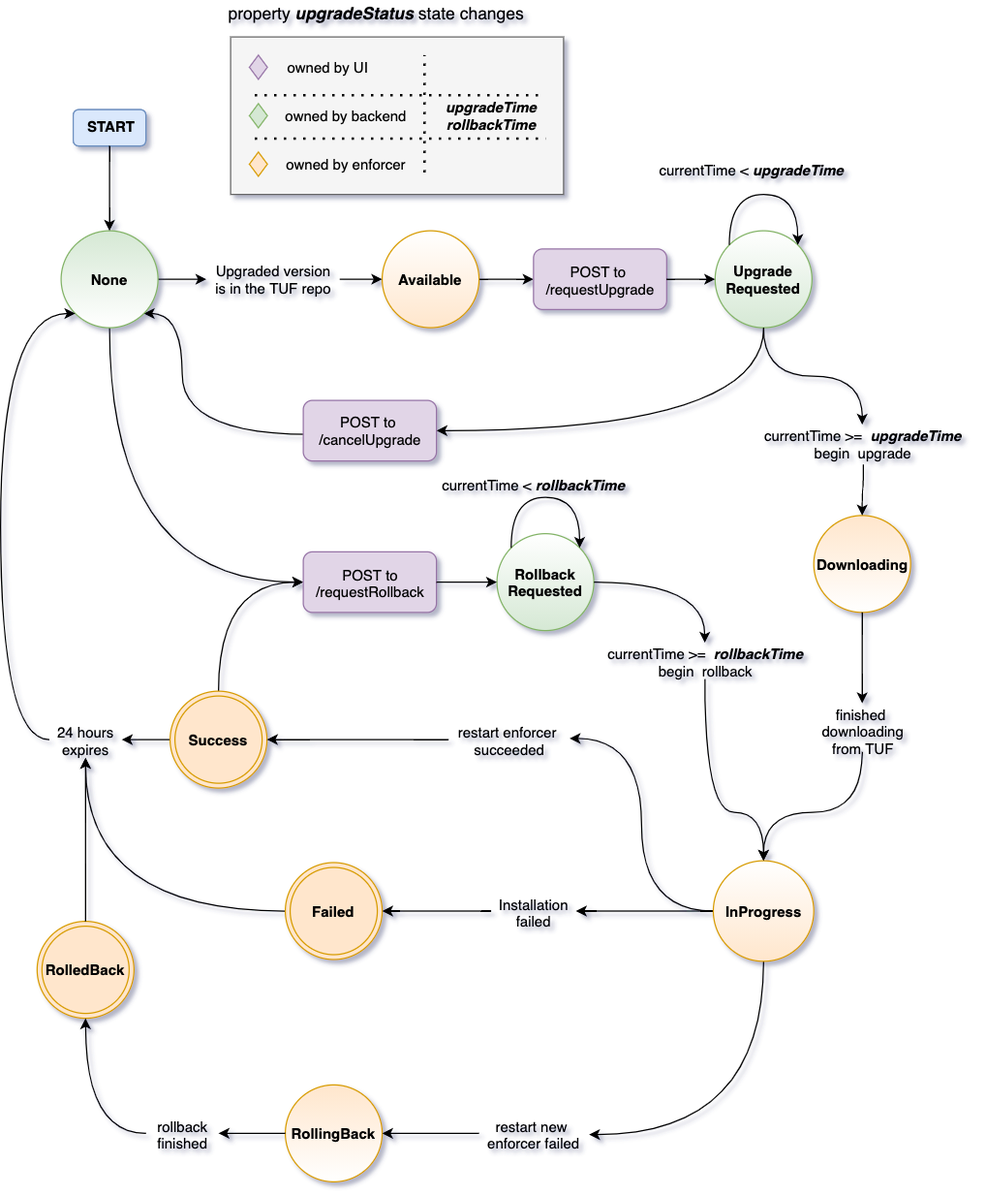
The draw.io diagram upgradeStatus.png in brianonn/drawio, before a commit. Source tidied: cells renumbered, new cells last; positions are measured from the earlier drawing's top-left corner, leaving out a move shared by most shapes.
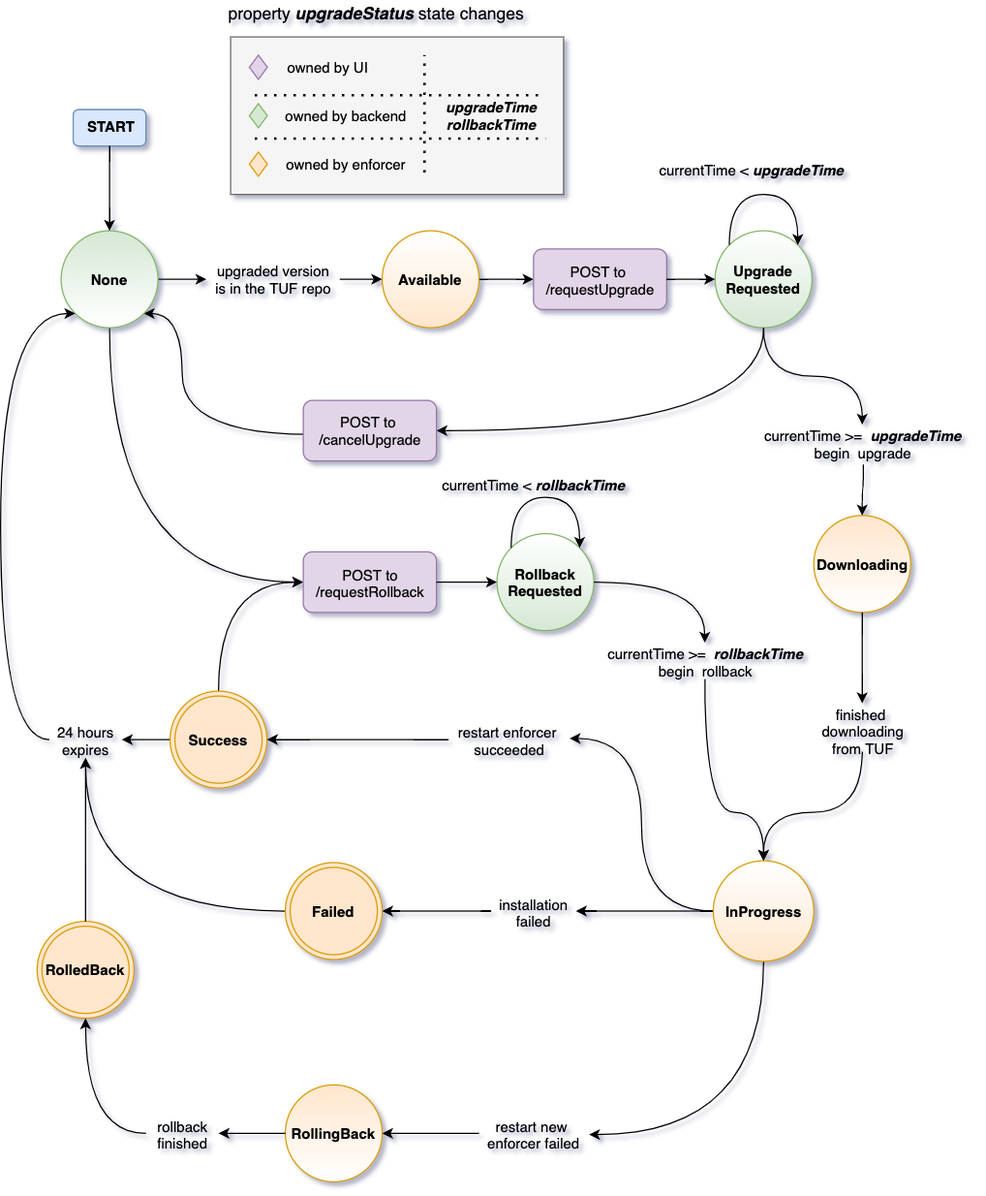
The same diagram one commit later.

Diff of the diagram source:
```diff
@@ -111,7 +111,7 @@
     <mxCell id="34" value="&lt;b&gt;Failed&lt;/b&gt;" style="ellipse;shape=doubleEllipse;whiteSpace=wrap;html=1;fillColor=#ffe6cc;strokeColor=#d79b00;direction=west;" parent="1" vertex="1">
       <mxGeometry x="235.2" y="711.5" width="80" height="80" as="geometry" />
     </mxCell>
-    <mxCell id="35" value="Installation&lt;br&gt;failed" style="text;html=1;points=[];align=center;verticalAlign=top;spacingTop=-4;direction=west;" parent="1" vertex="1">
+    <mxCell id="35" value="installation&lt;br&gt;failed" style="text;html=1;points=[];align=center;verticalAlign=top;spacingTop=-4;direction=west;" parent="1" vertex="1">
       <mxGeometry x="405.2" y="736.5" width="70" height="30" as="geometry" />
     </mxCell>
     <mxCell id="36" style="edgeStyle=orthogonalEdgeStyle;curved=1;jettySize=auto;html=1;exitX=1;exitY=0.5;exitDx=0;exitDy=0;entryX=0;entryY=0.5;entryDx=0;entryDy=0;startArrow=none;startFill=0;endArrow=classic;endFill=1;" parent="1" edge="1" source="39" target="35">
@@ -146,7 +146,7 @@
     <mxCell id="44" style="edgeStyle=orthogonalEdgeStyle;curved=1;jettySize=auto;html=1;startArrow=none;startFill=0;endArrow=classic;endFill=1;exitX=0.5;exitY=0;exitDx=0;exitDy=0;" parent="1" edge="1" source="3" target="25">
       <mxGeometry relative="1" as="geometry" />
     </mxCell>
-    <mxCell id="45" value="Upgraded version&lt;br&gt;is in the TUF repo" style="text;html=1;align=center;verticalAlign=middle;points=[];" parent="1" vertex="1">
+    <mxCell id="45" value="upgraded version&lt;br&gt;is in the TUF repo" style="text;html=1;align=center;verticalAlign=middle;points=[];" parent="1" vertex="1">
       <mxGeometry x="170" y="215" width="110" height="30" as="geometry" />
     </mxCell>
     <mxCell id="46" style="edgeStyle=orthogonalEdgeStyle;orthogonalLoop=1;jettySize=auto;html=1;exitX=1;exitY=1;exitDx=0;exitDy=0;entryX=0;entryY=1;entryDx=0;entryDy=0;curved=1;" parent="1" edge="1" source="12" target="12">
```
